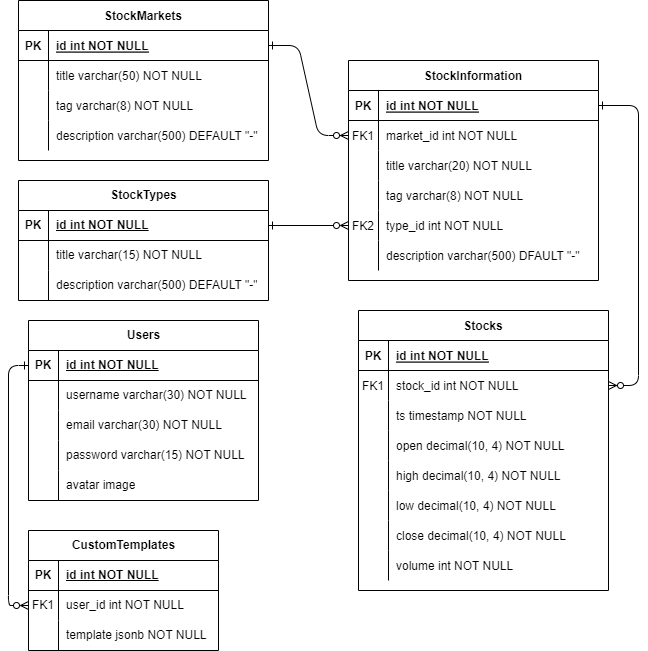
Dekart-hub/SMAS-project keeps this draw.io diagram as db scheme.png. Above is the earlier version. Source tidied: cells renumbered, new cells last; positions are measured from the earlier drawing's top-left corner, leaving out a move shared by most shapes.
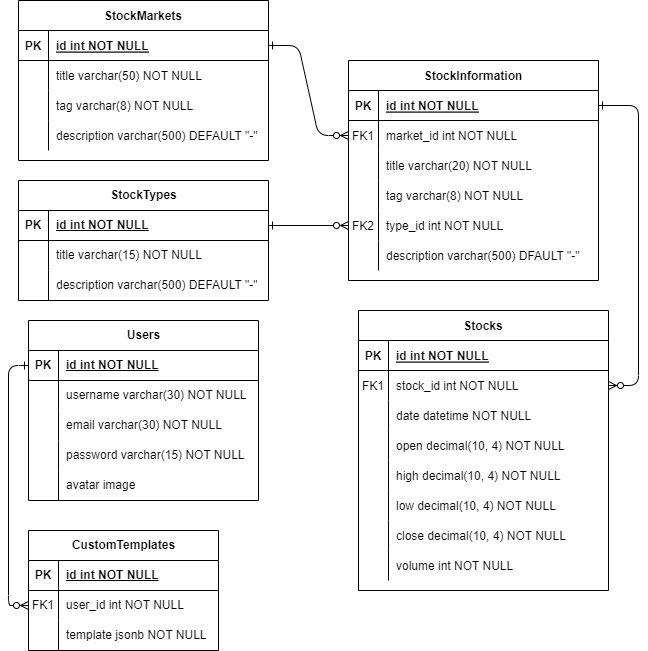
After the commit.

Commit message:
+ подробные имена атрибутов моделей

Diff of the diagram source:
```diff
@@ -92,7 +92,7 @@
     <mxCell id="31" style="shape=partialRectangle;overflow=hidden;fillColor=none;top=0;left=0;bottom=0;right=0;" parent="30" vertex="1">
       <mxGeometry width="30" height="30" as="geometry" />
     </mxCell>
-    <mxCell id="32" value="ts timestamp NOT NULL" style="shape=partialRectangle;overflow=hidden;fillColor=none;top=0;left=0;bottom=0;right=0;align=left;spacingLeft=6;" parent="30" vertex="1">
+    <mxCell id="32" value="date datetime NOT NULL" style="shape=partialRectangle;overflow=hidden;fillColor=none;top=0;left=0;bottom=0;right=0;align=left;spacingLeft=6;" parent="30" vertex="1">
       <mxGeometry x="30" width="220" height="30" as="geometry" />
     </mxCell>
     <mxCell id="33" style="shape=partialRectangle;fillColor=none;top=0;left=0;right=0;bottom=0;" parent="23" vertex="1">
```
